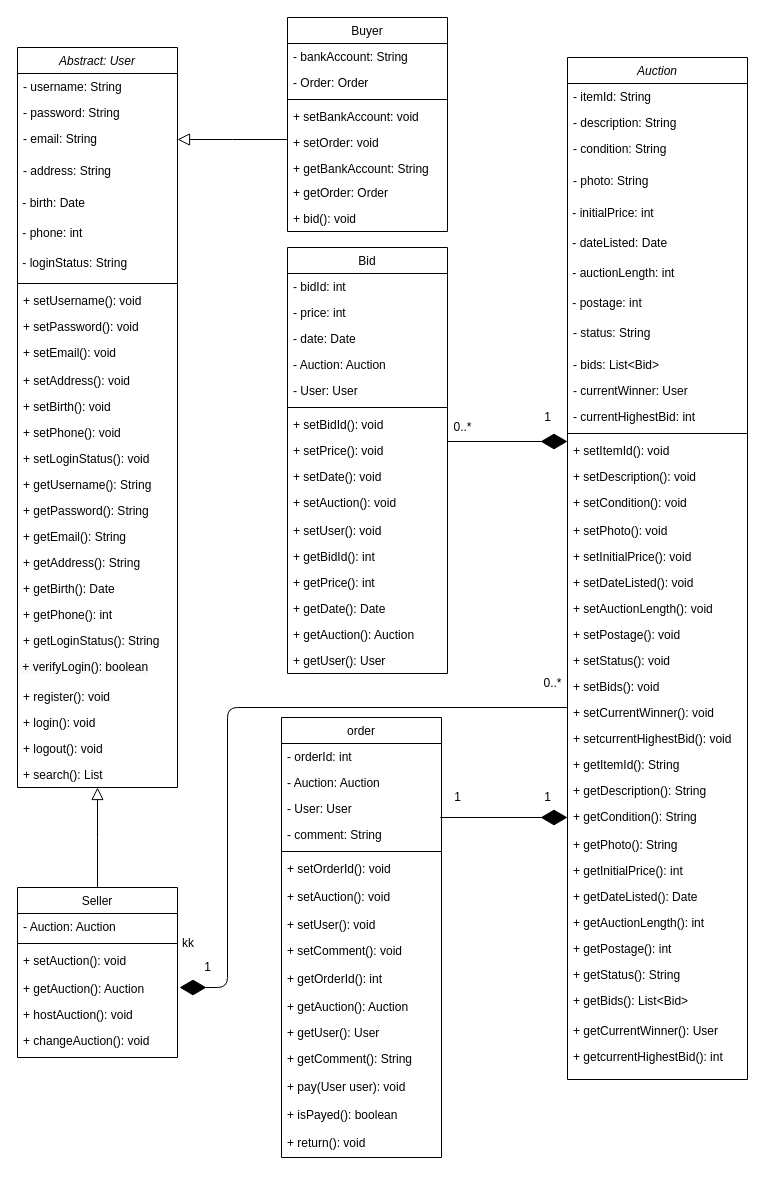
This is class Diagram.drawio from impulseoy/learnGit, a draw.io file, before an edit. Source tidied: cells renumbered, new cells numbered last; positions are measured from the earlier drawing's top-left corner, leaving out a move shared by most shapes. Both pictures are drawn from the tidied source at 100%, with x=0, y=0 at pixel (17, 17).
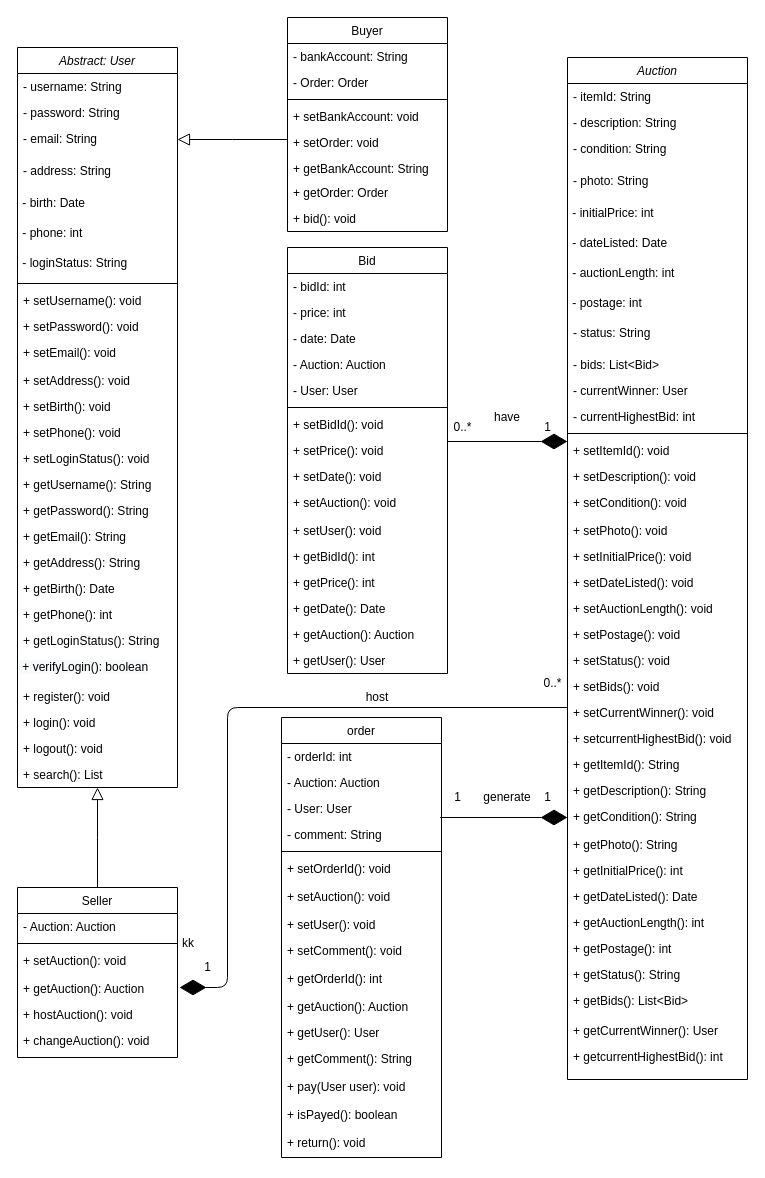
The same page after the edit.

Diff of the diagram source:
```diff
@@
     <mxCell id="121" value="1" style="text;html=1;align=center;verticalAlign=middle;" parent="1" vertex="1">
-      <mxGeometry x="520" y="390" width="20" height="20" as="geometry" />
+      <mxGeometry x="520" y="400" width="20" height="20" as="geometry" />
     </mxCell>
@@
+    <mxCell id="129" value="have" style="text;html=1;strokeColor=none;fillColor=none;align=center;verticalAlign=middle;whiteSpace=wrap;rounded=0;" parent="1" vertex="1">
+      <mxGeometry x="470" y="390" width="40" height="20" as="geometry" />
+    </mxCell>
+    <mxCell id="130" value="host" style="text;html=1;strokeColor=none;fillColor=none;align=center;verticalAlign=middle;whiteSpace=wrap;rounded=0;" parent="1" vertex="1">
+      <mxGeometry x="340" y="670" width="40" height="20" as="geometry" />
+    </mxCell>
+    <mxCell id="131" value="generate" style="text;html=1;strokeColor=none;fillColor=none;align=center;verticalAlign=middle;whiteSpace=wrap;rounded=0;" parent="1" vertex="1">
+      <mxGeometry x="470" y="770" width="40" height="20" as="geometry" />
+    </mxCell>
```
